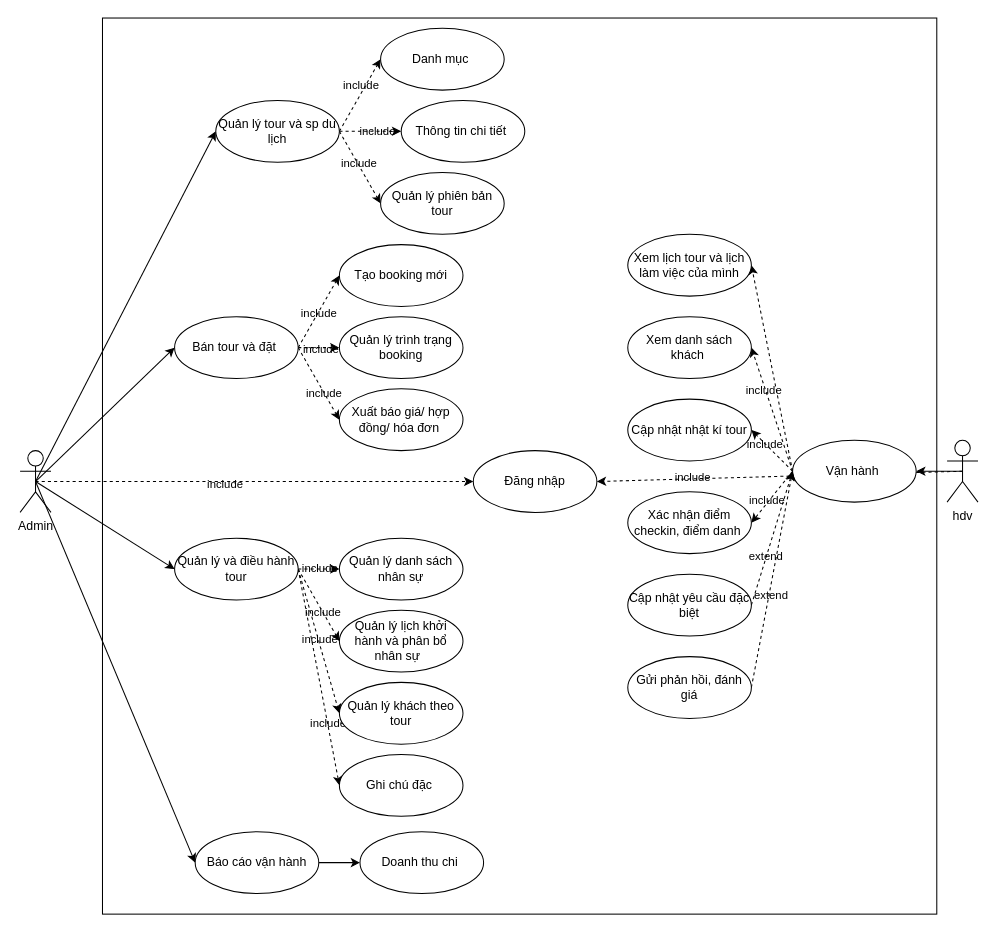
This is Biểu đồ không có tiêu đề.drawio from Carrotnot4me/Du_an_1_new, a draw.io file, before an edit. Source tidied: cells renumbered, new cells numbered last; positions are measured from the earlier drawing's top-left corner, leaving out a move shared by most shapes. Both pictures are drawn from the tidied source at 103%, with x=0, y=0 at pixel (20, 18).
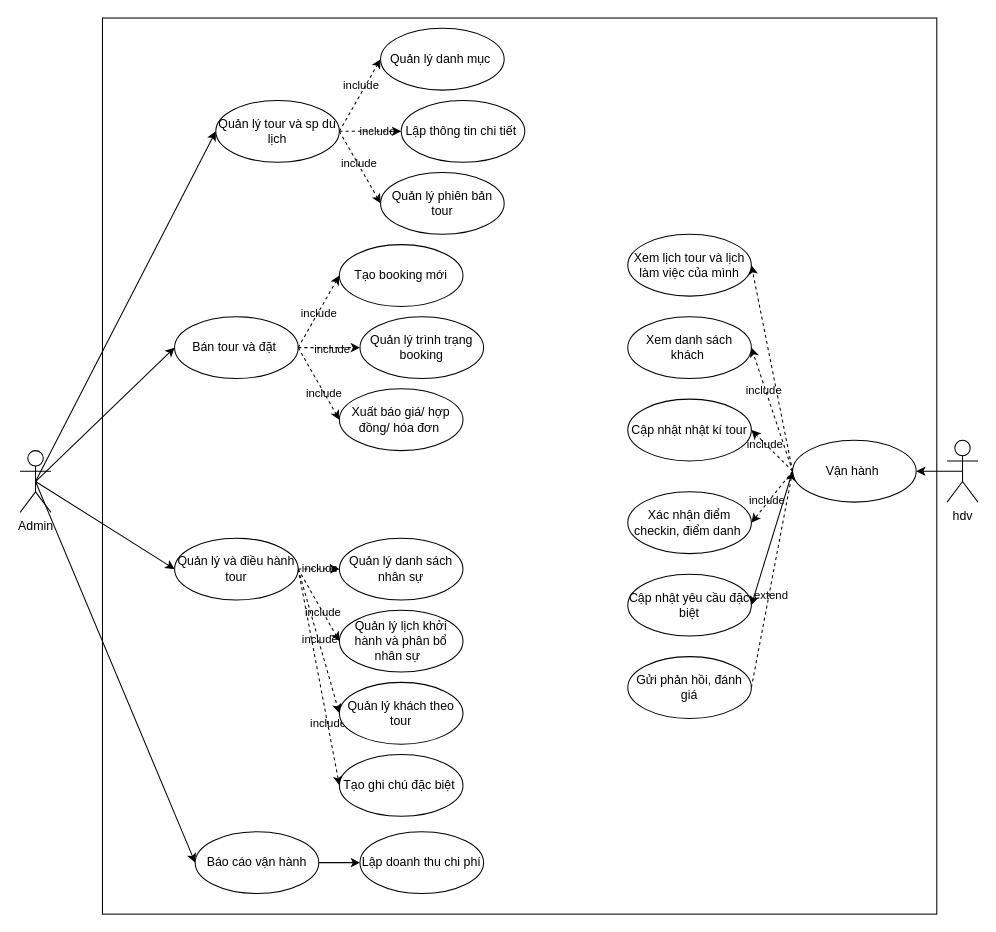
The same page after the edit.

Commit message:
Cập nhật Biểu đồ không có tiêu đề.drawio

Unchanged cells that the change refers to:
```xml
<mxCell id="6" value="hdv&lt;div&gt;&lt;br&gt;&lt;/div&gt;" style="shape=umlActor;verticalLabelPosition=bottom;verticalAlign=top;html=1;outlineConnect=0;labelBackgroundColor=none;" parent="1" vertex="1">
  <mxGeometry x="900" y="410" width="30" height="60" as="geometry" />
</mxCell>
<mxCell id="13" value="Admin" style="shape=umlActor;verticalLabelPosition=bottom;verticalAlign=top;html=1;outlineConnect=0;labelBackgroundColor=none;" parent="1" vertex="1">
  <mxGeometry y="420" width="30" height="60" as="geometry" />
</mxCell>
<mxCell id="58" value="Vận hành&amp;nbsp;" style="ellipse;whiteSpace=wrap;html=1;labelBackgroundColor=none;" parent="1" vertex="1">
  <mxGeometry x="750" y="410" width="120" height="60" as="geometry" />
</mxCell>
<mxCell id="66" value="Cập nhật yêu cầu đặc biệt" style="ellipse;whiteSpace=wrap;html=1;labelBackgroundColor=none;" parent="1" vertex="1">
  <mxGeometry x="590" y="540" width="120" height="60" as="geometry" />
</mxCell>
```

The edit, as a diff of the source:
```diff
@@
-    <mxCell id="4" style="rounded=0;jettySize=auto;html=1;exitX=0.5;exitY=0.5;exitDx=0;exitDy=0;exitPerimeter=0;entryX=1;entryY=0.5;entryDx=0;entryDy=0;dashed=1;labelBackgroundColor=none;fontColor=default;" parent="1" edge="1" source="6" target="14">
-      <mxGeometry relative="1" as="geometry" />
-    </mxCell>
-    <mxCell id="5" value="include" style="edgeLabel;html=1;align=center;verticalAlign=middle;labelBackgroundColor=none;" parent="4" vertex="1">
-      <mxGeometry x="0.48" y="-2" relative="1" as="geometry" />
-    </mxCell>
@@
-    <mxCell id="11" style="rounded=0;jettySize=auto;html=1;exitX=0.5;exitY=0.5;exitDx=0;exitDy=0;exitPerimeter=0;dashed=1;labelBackgroundColor=none;fontColor=default;" parent="1" edge="1" source="13" target="14">
-      <mxGeometry relative="1" as="geometry" />
-    </mxCell>
-    <mxCell id="12" value="include" style="edgeLabel;html=1;align=center;verticalAlign=middle;labelBackgroundColor=none;" parent="11" vertex="1">
-      <mxGeometry x="-0.14" y="-2" relative="1" as="geometry" />
-    </mxCell>
@@
-    <mxCell id="14" value="Đăng nhập" style="ellipse;whiteSpace=wrap;html=1;labelBackgroundColor=none;" parent="1" vertex="1">
-      <mxGeometry x="440" y="420" width="120" height="60" as="geometry" />
-    </mxCell>
@@
-    <mxCell id="40" value="Danh mục&amp;nbsp;" style="ellipse;whiteSpace=wrap;html=1;labelBackgroundColor=none;" parent="1" vertex="1">
+    <mxCell id="40" value="Quản lý danh mục&amp;nbsp;" style="ellipse;whiteSpace=wrap;html=1;labelBackgroundColor=none;" parent="1" vertex="1">
       <mxGeometry x="350" y="10" width="120" height="60" as="geometry" />
     </mxCell>
-    <mxCell id="41" value="Thông tin chi tiết&amp;nbsp;" style="ellipse;whiteSpace=wrap;html=1;labelBackgroundColor=none;" parent="1" vertex="1">
+    <mxCell id="41" value="Lập thông tin chi tiết&amp;nbsp;" style="ellipse;whiteSpace=wrap;html=1;labelBackgroundColor=none;" parent="1" vertex="1">
       <mxGeometry x="370" y="80" width="120" height="60" as="geometry" />
     </mxCell>
@@
     <mxCell id="44" value="Quản lý trình trạng booking" style="ellipse;whiteSpace=wrap;html=1;labelBackgroundColor=none;" parent="1" vertex="1">
-      <mxGeometry x="310" y="290" width="120" height="60" as="geometry" />
+      <mxGeometry x="330" y="290" width="120" height="60" as="geometry" />
     </mxCell>
@@
-    <mxCell id="48" value="Ghi chú đặc&amp;nbsp;" style="ellipse;whiteSpace=wrap;html=1;labelBackgroundColor=none;" parent="1" vertex="1">
+    <mxCell id="48" value="Tạo ghi chú đặc biệt&amp;nbsp;" style="ellipse;whiteSpace=wrap;html=1;labelBackgroundColor=none;" parent="1" vertex="1">
       <mxGeometry x="310" y="715" width="120" height="60" as="geometry" />
     </mxCell>
@@
-    <mxCell id="50" value="Doanh thu chi&amp;nbsp;" style="ellipse;whiteSpace=wrap;html=1;labelBackgroundColor=none;" parent="1" vertex="1">
+    <mxCell id="50" value="Lập doanh thu chi phí" style="ellipse;whiteSpace=wrap;html=1;labelBackgroundColor=none;" parent="1" vertex="1">
       <mxGeometry x="330" y="790" width="120" height="60" as="geometry" />
     </mxCell>
@@
+    <mxCell id="70" style="rounded=0;jettySize=auto;html=1;exitX=0;exitY=0.5;exitDx=0;exitDy=0;entryX=1;entryY=0.5;entryDx=0;entryDy=0;" parent="1" edge="1" source="58" target="66">
+      <mxGeometry relative="1" as="geometry" />
+    </mxCell>
@@
-    <mxCell id="64" style="rounded=0;jettySize=auto;html=1;exitX=1;exitY=0.5;exitDx=0;exitDy=0;dashed=1;labelBackgroundColor=none;fontColor=default;" parent="1" edge="1" source="66">
-      <mxGeometry relative="1" as="geometry">
-        <mxPoint x="750" y="440" as="targetPoint" />
-      </mxGeometry>
-    </mxCell>
-    <mxCell id="65" value="extend" style="edgeLabel;html=1;align=center;verticalAlign=middle;labelBackgroundColor=none;" parent="64" vertex="1">
-      <mxGeometry x="-0.28" y="1" relative="1" as="geometry" />
-    </mxCell>
```
